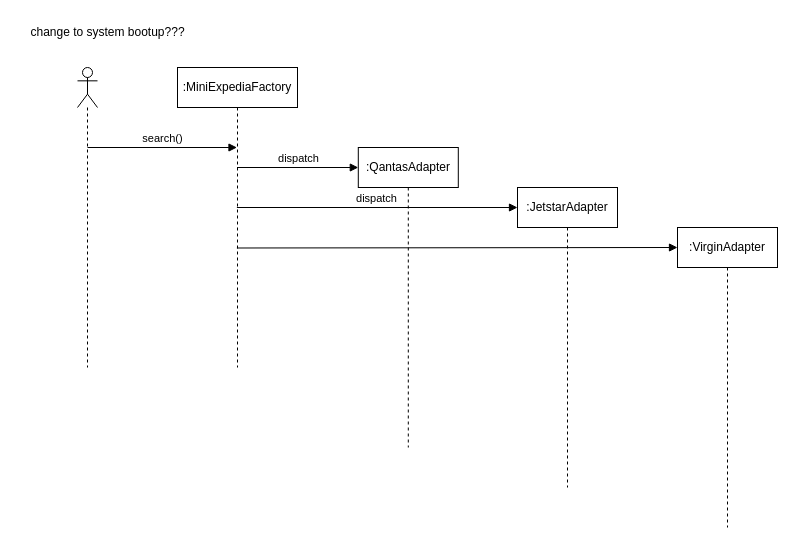
Before: page "Page-2" (2 of 2) of workshop8-week9.drawio in antonykimuom/SWEN30006-2025-SM1-workshop1-tuew05-14-00-team-12, a draw.io diagram. Source tidied: cells renumbered, new cells numbered last; positions are measured from the earlier drawing's top-left corner, leaving out a move shared by most shapes. Both pictures are drawn from the tidied source at 100%, with x=0, y=0 at pixel (17, 17).
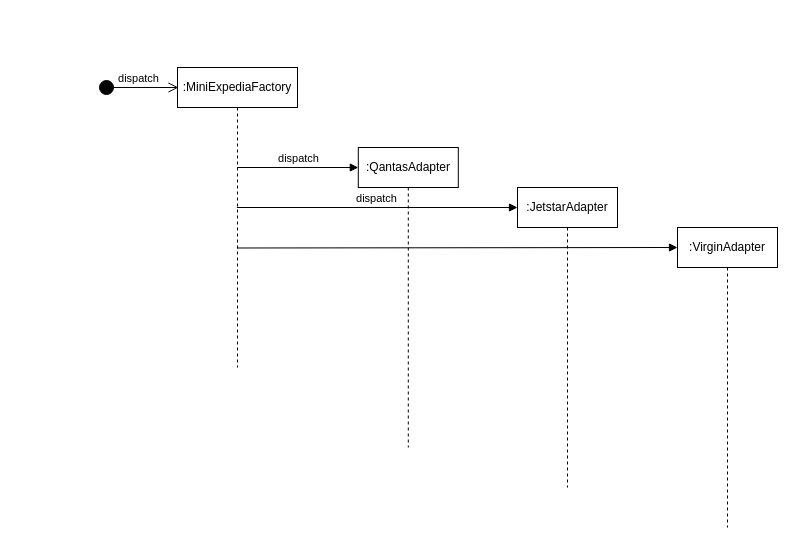
The same page after the edit.

Commit message:
fixed actor issue

Change to the diagram source:
```diff
@@
 <mxGraphModel>
   <root>
     <mxCell id="0" />
     <mxCell id="1" parent="0" />
     <mxCell id="2" value=":MiniExpediaFactory" style="shape=umlLifeline;perimeter=lifelinePerimeter;whiteSpace=wrap;html=1;outlineConnect=0;portConstraint=eastwest;newEdgeStyle={&quot;curved&quot;:0,&quot;rounded&quot;:0};" parent="1" vertex="1">
       <mxGeometry x="160" y="50" width="120" height="300" as="geometry" />
     </mxCell>
-    <mxCell id="3" style="shape=umlLifeline;perimeter=lifelinePerimeter;whiteSpace=wrap;html=1;newEdgeStyle={&quot;curved&quot;:0,&quot;rounded&quot;:0};participant=umlActor;" parent="1" vertex="1">
-      <mxGeometry x="60" y="50" width="20" height="300" as="geometry" />
-    </mxCell>
-    <mxCell id="4" value="change to system bootup???" style="text;html=1;align=center;verticalAlign=middle;strokeColor=none;fillColor=none;" parent="1" vertex="1">
-      <mxGeometry width="180" height="30" as="geometry" />
-    </mxCell>
-    <mxCell id="5" value="search()" style="html=1;verticalAlign=bottom;endArrow=block;curved=0;rounded=0;" parent="1" edge="1" target="2">
-      <mxGeometry relative="1" as="geometry">
-        <mxPoint x="70" y="130" as="sourcePoint" />
-      </mxGeometry>
-    </mxCell>
     <mxCell id="6" value=":QantasAdapter" style="shape=umlLifeline;perimeter=lifelinePerimeter;whiteSpace=wrap;html=1;newEdgeStyle={&quot;curved&quot;:0,&quot;rounded&quot;:0};" parent="1" vertex="1">
       <mxGeometry x="340.8" y="130" width="100" height="300" as="geometry" />
     </mxCell>
     <mxCell id="7" value=":JetstarAdapter" style="shape=umlLifeline;perimeter=lifelinePerimeter;whiteSpace=wrap;html=1;newEdgeStyle={&quot;curved&quot;:0,&quot;rounded&quot;:0};" parent="1" vertex="1">
       <mxGeometry x="500" y="170" width="100" height="300" as="geometry" />
     </mxCell>
     <mxCell id="8" value="dispatch" style="html=1;verticalAlign=bottom;endArrow=block;curved=0;rounded=0;" parent="1" edge="1" source="2">
       <mxGeometry relative="1" as="geometry">
         <mxPoint x="340.8" y="150" as="targetPoint" />
       </mxGeometry>
     </mxCell>
     <mxCell id="9" value="dispatch" style="html=1;verticalAlign=bottom;endArrow=block;curved=0;rounded=0;" parent="1" edge="1">
       <mxGeometry relative="1" as="geometry">
         <mxPoint x="219.4" y="190" as="sourcePoint" />
         <mxPoint x="500" y="190" as="targetPoint" />
       </mxGeometry>
     </mxCell>
     <mxCell id="10" value="dispatch" style="html=1;verticalAlign=bottom;endArrow=block;curved=0;rounded=0;" parent="1" edge="1" source="12">
       <mxGeometry relative="1" as="geometry">
         <mxPoint x="720" y="230" as="targetPoint" />
       </mxGeometry>
     </mxCell>
     <mxCell id="11" style="html=1;verticalAlign=bottom;endArrow=block;curved=0;rounded=0;" parent="1" edge="1">
       <mxGeometry relative="1" as="geometry">
         <mxPoint x="219.4" y="230.5" as="sourcePoint" />
         <mxPoint x="660" y="230" as="targetPoint" />
       </mxGeometry>
     </mxCell>
     <mxCell id="12" value=":VirginAdapter" style="shape=umlLifeline;perimeter=lifelinePerimeter;whiteSpace=wrap;html=1;outlineConnect=0;portConstraint=eastwest;newEdgeStyle={&quot;curved&quot;:0,&quot;rounded&quot;:0};" parent="1" vertex="1">
       <mxGeometry x="660" y="210" width="100" height="300" as="geometry" />
     </mxCell>
+    <mxCell id="13" value="dispatch" style="html=1;verticalAlign=bottom;startArrow=circle;startFill=1;endArrow=open;startSize=6;endSize=8;curved=0;rounded=0;" parent="1" edge="1">
+      <mxGeometry relative="1" as="geometry">
+        <mxPoint x="81" y="70" as="sourcePoint" />
+        <mxPoint x="161" y="70" as="targetPoint" />
+      </mxGeometry>
+    </mxCell>
   </root>
 </mxGraphModel>
```
